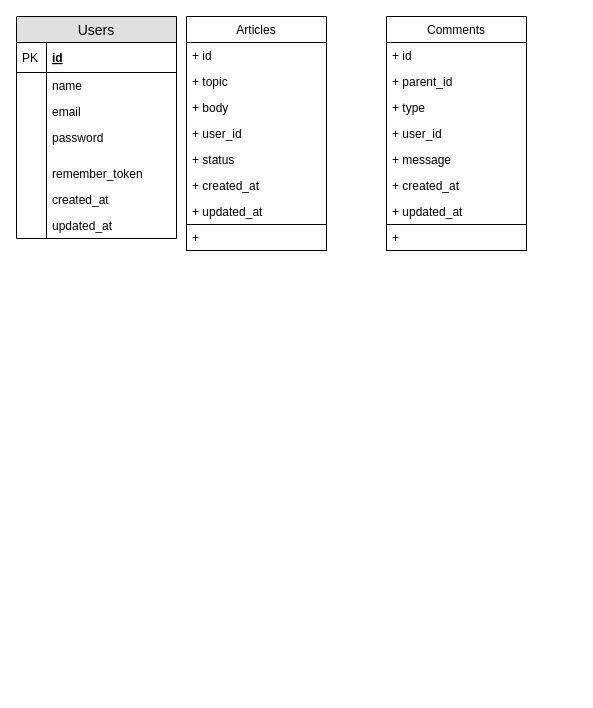
Earlier version of the draw.io diagram scheme_db/lgical.drawio (igor193/dumpsdatafindteam). Source tidied: cells renumbered, new cells numbered last; positions are measured from the earlier drawing's top-left corner, leaving out a move shared by most shapes. Both pictures are drawn from the tidied source at 100%, with x=0, y=0 at pixel (16, 16).
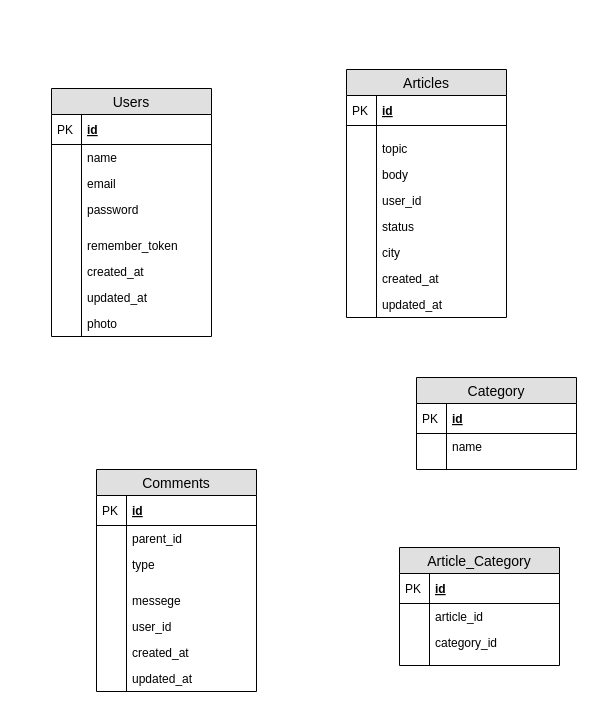
Above is the later version.

Commit message:
correct lgical

Diff of the diagram source:
```diff
@@
-    <mxCell id="2" value="Articles" style="swimlane;fontStyle=0;horizontal=1;startSize=26;fillColor=none;" parent="1" vertex="1">
-      <mxGeometry x="170" width="140" height="234" as="geometry" />
-    </mxCell>
-    <mxCell id="3" value="+ id" style="text;strokeColor=none;fillColor=none;align=left;verticalAlign=top;spacingLeft=4;spacingRight=4;overflow=hidden;" parent="2" vertex="1">
-      <mxGeometry y="26" width="140" height="26" as="geometry" />
-    </mxCell>
-    <mxCell id="4" value="+ topic" style="text;strokeColor=none;fillColor=none;align=left;verticalAlign=top;spacingLeft=4;spacingRight=4;overflow=hidden;" parent="2" vertex="1">
-      <mxGeometry y="52" width="140" height="26" as="geometry" />
-    </mxCell>
-    <mxCell id="5" value="+ body" style="text;strokeColor=none;fillColor=none;align=left;verticalAlign=top;spacingLeft=4;spacingRight=4;overflow=hidden;" parent="2" vertex="1">
-      <mxGeometry y="78" width="140" height="26" as="geometry" />
-    </mxCell>
-    <mxCell id="6" value="+ user_id" style="text;strokeColor=none;fillColor=none;align=left;verticalAlign=top;spacingLeft=4;spacingRight=4;overflow=hidden;" parent="2" vertex="1">
-      <mxGeometry y="104" width="140" height="26" as="geometry" />
-    </mxCell>
-    <mxCell id="7" value="+ status" style="text;strokeColor=none;fillColor=none;align=left;verticalAlign=top;spacingLeft=4;spacingRight=4;overflow=hidden;" parent="2" vertex="1">
-      <mxGeometry y="130" width="140" height="26" as="geometry" />
-    </mxCell>
-    <mxCell id="8" value="+ created_at" style="text;strokeColor=none;fillColor=none;align=left;verticalAlign=top;spacingLeft=4;spacingRight=4;overflow=hidden;" parent="2" vertex="1">
-      <mxGeometry y="156" width="140" height="26" as="geometry" />
-    </mxCell>
-    <mxCell id="9" value="+ updated_at" style="text;strokeColor=none;fillColor=none;align=left;verticalAlign=top;spacingLeft=4;spacingRight=4;overflow=hidden;" parent="2" vertex="1">
-      <mxGeometry y="182" width="140" height="26" as="geometry" />
-    </mxCell>
-    <mxCell id="10" value="+" style="text;strokeColor=#000000;fillColor=none;align=left;verticalAlign=top;spacingLeft=4;spacingRight=4;overflow=hidden;" parent="2" vertex="1">
-      <mxGeometry y="208" width="140" height="26" as="geometry" />
-    </mxCell>
-    <mxCell id="11" value="Comments" style="swimlane;fontStyle=0;horizontal=1;startSize=26;fillColor=none;" parent="1" vertex="1">
-      <mxGeometry x="370" width="140" height="234" as="geometry" />
-    </mxCell>
-    <mxCell id="12" value="+ id" style="text;strokeColor=none;fillColor=none;align=left;verticalAlign=top;spacingLeft=4;spacingRight=4;overflow=hidden;" parent="11" vertex="1">
-      <mxGeometry y="26" width="140" height="26" as="geometry" />
-    </mxCell>
-    <mxCell id="13" value="+ parent_id" style="text;strokeColor=none;fillColor=none;align=left;verticalAlign=top;spacingLeft=4;spacingRight=4;overflow=hidden;" parent="11" vertex="1">
-      <mxGeometry y="52" width="140" height="26" as="geometry" />
-    </mxCell>
-    <mxCell id="14" value="+ type" style="text;strokeColor=none;fillColor=none;align=left;verticalAlign=top;spacingLeft=4;spacingRight=4;overflow=hidden;" parent="11" vertex="1">
-      <mxGeometry y="78" width="140" height="26" as="geometry" />
-    </mxCell>
-    <mxCell id="15" value="+ user_id" style="text;strokeColor=none;fillColor=none;align=left;verticalAlign=top;spacingLeft=4;spacingRight=4;overflow=hidden;" parent="11" vertex="1">
-      <mxGeometry y="104" width="140" height="26" as="geometry" />
-    </mxCell>
-    <mxCell id="16" value="+ message" style="text;strokeColor=none;fillColor=none;align=left;verticalAlign=top;spacingLeft=4;spacingRight=4;overflow=hidden;" parent="11" vertex="1">
-      <mxGeometry y="130" width="140" height="26" as="geometry" />
-    </mxCell>
-    <mxCell id="17" value="+ created_at" style="text;strokeColor=none;fillColor=none;align=left;verticalAlign=top;spacingLeft=4;spacingRight=4;overflow=hidden;" parent="11" vertex="1">
-      <mxGeometry y="156" width="140" height="26" as="geometry" />
-    </mxCell>
-    <mxCell id="18" value="+ updated_at" style="text;strokeColor=none;fillColor=none;align=left;verticalAlign=top;spacingLeft=4;spacingRight=4;overflow=hidden;" parent="11" vertex="1">
-      <mxGeometry y="182" width="140" height="26" as="geometry" />
-    </mxCell>
-    <mxCell id="19" value="+" style="text;strokeColor=#000000;fillColor=none;align=left;verticalAlign=top;spacingLeft=4;spacingRight=4;overflow=hidden;" parent="11" vertex="1">
-      <mxGeometry y="208" width="140" height="26" as="geometry" />
-    </mxCell>
     <mxCell id="20" value="Users" style="swimlane;fontStyle=0;horizontal=1;startSize=26;fillColor=#e0e0e0;swimlaneFillColor=#ffffff;align=center;fontSize=14;strokeColor=#000000;" parent="1" vertex="1">
-      <mxGeometry width="160" height="222" as="geometry" />
+      <mxGeometry x="35" y="72" width="160" height="248" as="geometry" />
     </mxCell>
@@
+    <mxCell id="37" value="photo" style="shape=partialRectangle;top=0;left=0;right=0;bottom=0;align=left;verticalAlign=top;fillColor=none;spacingLeft=34;spacingRight=4;overflow=hidden;fontSize=12;" parent="20" vertex="1">
+      <mxGeometry y="222" width="160" height="26" as="geometry" />
+    </mxCell>
+    <mxCell id="38" style="shape=partialRectangle;top=0;left=0;bottom=0;fillColor=none;align=left;verticalAlign=top;spacingLeft=4;spacingRight=4;overflow=hidden;fontSize=12;" parent="37" vertex="1">
+      <mxGeometry width="30" height="26" as="geometry" />
+    </mxCell>
+    <mxCell id="2" value="Articles" style="swimlane;fontStyle=0;horizontal=1;startSize=26;fillColor=#e0e0e0;swimlaneFillColor=#ffffff;align=center;fontSize=14;" parent="1" vertex="1">
+      <mxGeometry x="330" y="53" width="160" height="248" as="geometry" />
+    </mxCell>
+    <mxCell id="39" value="id" style="shape=partialRectangle;top=0;left=0;right=0;bottom=1;align=left;verticalAlign=middle;fillColor=none;spacingLeft=34;spacingRight=4;overflow=hidden;fontStyle=5;fontSize=12;" parent="2" vertex="1">
+      <mxGeometry y="26" width="160" height="30" as="geometry" />
+    </mxCell>
+    <mxCell id="40" value="PK" style="shape=partialRectangle;top=0;left=0;bottom=0;fillColor=none;align=left;verticalAlign=middle;spacingLeft=4;spacingRight=4;overflow=hidden;fontSize=12;" parent="39" vertex="1">
+      <mxGeometry width="30" height="30" as="geometry" />
+    </mxCell>
+    <mxCell id="41" style="shape=partialRectangle;top=0;left=0;right=0;bottom=0;align=left;verticalAlign=top;fillColor=none;spacingLeft=34;spacingRight=4;overflow=hidden;fontSize=12;" parent="2" vertex="1">
+      <mxGeometry y="56" width="160" height="10" as="geometry" />
+    </mxCell>
+    <mxCell id="42" style="shape=partialRectangle;top=0;left=0;bottom=0;fillColor=none;align=left;verticalAlign=top;spacingLeft=4;spacingRight=4;overflow=hidden;fontSize=12;" parent="41" vertex="1">
+      <mxGeometry width="30" height="10" as="geometry" />
+    </mxCell>
+    <mxCell id="43" value="topic" style="shape=partialRectangle;top=0;left=0;right=0;bottom=0;align=left;verticalAlign=top;fillColor=none;spacingLeft=34;spacingRight=4;overflow=hidden;fontSize=12;" parent="2" vertex="1">
+      <mxGeometry y="66" width="160" height="26" as="geometry" />
+    </mxCell>
+    <mxCell id="44" style="shape=partialRectangle;top=0;left=0;bottom=0;fillColor=none;align=left;verticalAlign=top;spacingLeft=4;spacingRight=4;overflow=hidden;fontSize=12;" parent="43" vertex="1">
+      <mxGeometry width="30" height="26" as="geometry" />
+    </mxCell>
+    <mxCell id="45" value="body" style="shape=partialRectangle;top=0;left=0;right=0;bottom=0;align=left;verticalAlign=top;fillColor=none;spacingLeft=34;spacingRight=4;overflow=hidden;fontSize=12;" parent="2" vertex="1">
+      <mxGeometry y="92" width="160" height="26" as="geometry" />
+    </mxCell>
+    <mxCell id="46" style="shape=partialRectangle;top=0;left=0;bottom=0;fillColor=none;align=left;verticalAlign=top;spacingLeft=4;spacingRight=4;overflow=hidden;fontSize=12;" parent="45" vertex="1">
+      <mxGeometry width="30" height="26" as="geometry" />
+    </mxCell>
+    <mxCell id="47" value="user_id" style="shape=partialRectangle;top=0;left=0;right=0;bottom=0;align=left;verticalAlign=top;fillColor=none;spacingLeft=34;spacingRight=4;overflow=hidden;fontSize=12;" parent="2" vertex="1">
+      <mxGeometry y="118" width="160" height="26" as="geometry" />
+    </mxCell>
+    <mxCell id="48" style="shape=partialRectangle;top=0;left=0;bottom=0;fillColor=none;align=left;verticalAlign=top;spacingLeft=4;spacingRight=4;overflow=hidden;fontSize=12;" parent="47" vertex="1">
+      <mxGeometry width="30" height="26" as="geometry" />
+    </mxCell>
+    <mxCell id="49" value="status" style="shape=partialRectangle;top=0;left=0;right=0;bottom=0;align=left;verticalAlign=top;fillColor=none;spacingLeft=34;spacingRight=4;overflow=hidden;fontSize=12;" parent="2" vertex="1">
+      <mxGeometry y="144" width="160" height="26" as="geometry" />
+    </mxCell>
+    <mxCell id="50" style="shape=partialRectangle;top=0;left=0;bottom=0;fillColor=none;align=left;verticalAlign=top;spacingLeft=4;spacingRight=4;overflow=hidden;fontSize=12;" parent="49" vertex="1">
+      <mxGeometry width="30" height="26" as="geometry" />
+    </mxCell>
+    <mxCell id="51" value="city" style="shape=partialRectangle;top=0;left=0;right=0;bottom=0;align=left;verticalAlign=top;fillColor=none;spacingLeft=34;spacingRight=4;overflow=hidden;fontSize=12;" parent="2" vertex="1">
+      <mxGeometry y="170" width="160" height="26" as="geometry" />
+    </mxCell>
+    <mxCell id="52" style="shape=partialRectangle;top=0;left=0;bottom=0;fillColor=none;align=left;verticalAlign=top;spacingLeft=4;spacingRight=4;overflow=hidden;fontSize=12;" parent="51" vertex="1">
+      <mxGeometry width="30" height="26" as="geometry" />
+    </mxCell>
+    <mxCell id="53" value="created_at" style="shape=partialRectangle;top=0;left=0;right=0;bottom=0;align=left;verticalAlign=top;fillColor=none;spacingLeft=34;spacingRight=4;overflow=hidden;fontSize=12;" parent="2" vertex="1">
+      <mxGeometry y="196" width="160" height="26" as="geometry" />
+    </mxCell>
+    <mxCell id="54" style="shape=partialRectangle;top=0;left=0;bottom=0;fillColor=none;align=left;verticalAlign=top;spacingLeft=4;spacingRight=4;overflow=hidden;fontSize=12;" parent="53" vertex="1">
+      <mxGeometry width="30" height="26" as="geometry" />
+    </mxCell>
+    <mxCell id="55" value="updated_at" style="shape=partialRectangle;top=0;left=0;right=0;bottom=0;align=left;verticalAlign=top;fillColor=none;spacingLeft=34;spacingRight=4;overflow=hidden;fontSize=12;" parent="2" vertex="1">
+      <mxGeometry y="222" width="160" height="26" as="geometry" />
+    </mxCell>
+    <mxCell id="56" style="shape=partialRectangle;top=0;left=0;bottom=0;fillColor=none;align=left;verticalAlign=top;spacingLeft=4;spacingRight=4;overflow=hidden;fontSize=12;" parent="55" vertex="1">
+      <mxGeometry width="30" height="26" as="geometry" />
+    </mxCell>
+    <mxCell id="11" value="Comments" style="swimlane;fontStyle=0;horizontal=1;startSize=26;fillColor=#e0e0e0;swimlaneFillColor=#ffffff;align=center;fontSize=14;" parent="1" vertex="1">
+      <mxGeometry x="80" y="453" width="160" height="222" as="geometry" />
+    </mxCell>
+    <mxCell id="57" value="id" style="shape=partialRectangle;top=0;left=0;right=0;bottom=1;align=left;verticalAlign=middle;fillColor=none;spacingLeft=34;spacingRight=4;overflow=hidden;fontStyle=5;fontSize=12;" parent="11" vertex="1">
+      <mxGeometry y="26" width="160" height="30" as="geometry" />
+    </mxCell>
+    <mxCell id="58" value="PK" style="shape=partialRectangle;top=0;left=0;bottom=0;fillColor=none;align=left;verticalAlign=middle;spacingLeft=4;spacingRight=4;overflow=hidden;fontSize=12;" parent="57" vertex="1">
+      <mxGeometry width="30" height="30" as="geometry" />
+    </mxCell>
+    <mxCell id="59" value="parent_id" style="shape=partialRectangle;top=0;left=0;right=0;bottom=0;align=left;verticalAlign=top;fillColor=none;spacingLeft=34;spacingRight=4;overflow=hidden;fontSize=12;" parent="11" vertex="1">
+      <mxGeometry y="56" width="160" height="26" as="geometry" />
+    </mxCell>
+    <mxCell id="60" style="shape=partialRectangle;top=0;left=0;bottom=0;fillColor=none;align=left;verticalAlign=top;spacingLeft=4;spacingRight=4;overflow=hidden;fontSize=12;" parent="59" vertex="1">
+      <mxGeometry width="30" height="26" as="geometry" />
+    </mxCell>
+    <mxCell id="61" value="type" style="shape=partialRectangle;top=0;left=0;right=0;bottom=0;align=left;verticalAlign=top;fillColor=none;spacingLeft=34;spacingRight=4;overflow=hidden;fontSize=12;" parent="11" vertex="1">
+      <mxGeometry y="82" width="160" height="26" as="geometry" />
+    </mxCell>
+    <mxCell id="62" style="shape=partialRectangle;top=0;left=0;bottom=0;fillColor=none;align=left;verticalAlign=top;spacingLeft=4;spacingRight=4;overflow=hidden;fontSize=12;" parent="61" vertex="1">
+      <mxGeometry width="30" height="26" as="geometry" />
+    </mxCell>
+    <mxCell id="63" style="shape=partialRectangle;top=0;left=0;right=0;bottom=0;align=left;verticalAlign=top;fillColor=none;spacingLeft=34;spacingRight=4;overflow=hidden;fontSize=12;" parent="11" vertex="1">
+      <mxGeometry y="108" width="160" height="10" as="geometry" />
+    </mxCell>
+    <mxCell id="64" style="shape=partialRectangle;top=0;left=0;bottom=0;fillColor=none;align=left;verticalAlign=top;spacingLeft=4;spacingRight=4;overflow=hidden;fontSize=12;" parent="63" vertex="1">
+      <mxGeometry width="30" height="10" as="geometry" />
+    </mxCell>
+    <mxCell id="65" value="messege" style="shape=partialRectangle;top=0;left=0;right=0;bottom=0;align=left;verticalAlign=top;fillColor=none;spacingLeft=34;spacingRight=4;overflow=hidden;fontSize=12;" parent="11" vertex="1">
+      <mxGeometry y="118" width="160" height="26" as="geometry" />
+    </mxCell>
+    <mxCell id="66" style="shape=partialRectangle;top=0;left=0;bottom=0;fillColor=none;align=left;verticalAlign=top;spacingLeft=4;spacingRight=4;overflow=hidden;fontSize=12;" parent="65" vertex="1">
+      <mxGeometry width="30" height="26" as="geometry" />
+    </mxCell>
+    <mxCell id="67" value="user_id" style="shape=partialRectangle;top=0;left=0;right=0;bottom=0;align=left;verticalAlign=top;fillColor=none;spacingLeft=34;spacingRight=4;overflow=hidden;fontSize=12;" parent="11" vertex="1">
+      <mxGeometry y="144" width="160" height="26" as="geometry" />
+    </mxCell>
+    <mxCell id="68" style="shape=partialRectangle;top=0;left=0;bottom=0;fillColor=none;align=left;verticalAlign=top;spacingLeft=4;spacingRight=4;overflow=hidden;fontSize=12;" parent="67" vertex="1">
+      <mxGeometry width="30" height="26" as="geometry" />
+    </mxCell>
+    <mxCell id="69" value="created_at" style="shape=partialRectangle;top=0;left=0;right=0;bottom=0;align=left;verticalAlign=top;fillColor=none;spacingLeft=34;spacingRight=4;overflow=hidden;fontSize=12;" parent="11" vertex="1">
+      <mxGeometry y="170" width="160" height="26" as="geometry" />
+    </mxCell>
+    <mxCell id="70" style="shape=partialRectangle;top=0;left=0;bottom=0;fillColor=none;align=left;verticalAlign=top;spacingLeft=4;spacingRight=4;overflow=hidden;fontSize=12;" parent="69" vertex="1">
+      <mxGeometry width="30" height="26" as="geometry" />
+    </mxCell>
+    <mxCell id="71" value="updated_at" style="shape=partialRectangle;top=0;left=0;right=0;bottom=0;align=left;verticalAlign=top;fillColor=none;spacingLeft=34;spacingRight=4;overflow=hidden;fontSize=12;" parent="11" vertex="1">
+      <mxGeometry y="196" width="160" height="26" as="geometry" />
+    </mxCell>
+    <mxCell id="72" style="shape=partialRectangle;top=0;left=0;bottom=0;fillColor=none;align=left;verticalAlign=top;spacingLeft=4;spacingRight=4;overflow=hidden;fontSize=12;" parent="71" vertex="1">
+      <mxGeometry width="30" height="26" as="geometry" />
+    </mxCell>
+    <mxCell id="73" value="Category" style="swimlane;fontStyle=0;horizontal=1;startSize=26;fillColor=#e0e0e0;swimlaneFillColor=#ffffff;align=center;fontSize=14;" parent="1" vertex="1">
+      <mxGeometry x="400" y="361" width="160" height="92" as="geometry" />
+    </mxCell>
+    <mxCell id="74" value="id" style="shape=partialRectangle;top=0;left=0;right=0;bottom=1;align=left;verticalAlign=middle;fillColor=none;spacingLeft=34;spacingRight=4;overflow=hidden;fontStyle=5;fontSize=12;" parent="73" vertex="1">
+      <mxGeometry y="26" width="160" height="30" as="geometry" />
+    </mxCell>
+    <mxCell id="75" value="PK" style="shape=partialRectangle;top=0;left=0;bottom=0;fillColor=none;align=left;verticalAlign=middle;spacingLeft=4;spacingRight=4;overflow=hidden;fontSize=12;" parent="74" vertex="1">
+      <mxGeometry width="30" height="30" as="geometry" />
+    </mxCell>
+    <mxCell id="76" value="name" style="shape=partialRectangle;top=0;left=0;right=0;bottom=0;align=left;verticalAlign=top;fillColor=none;spacingLeft=34;spacingRight=4;overflow=hidden;fontSize=12;" parent="73" vertex="1">
+      <mxGeometry y="56" width="160" height="26" as="geometry" />
+    </mxCell>
+    <mxCell id="77" style="shape=partialRectangle;top=0;left=0;bottom=0;fillColor=none;align=left;verticalAlign=top;spacingLeft=4;spacingRight=4;overflow=hidden;fontSize=12;" parent="76" vertex="1">
+      <mxGeometry width="30" height="26" as="geometry" />
+    </mxCell>
+    <mxCell id="78" style="shape=partialRectangle;top=0;left=0;right=0;bottom=0;align=left;verticalAlign=top;fillColor=none;spacingLeft=34;spacingRight=4;overflow=hidden;fontSize=12;" parent="73" vertex="1">
+      <mxGeometry y="82" width="160" height="10" as="geometry" />
+    </mxCell>
+    <mxCell id="79" style="shape=partialRectangle;top=0;left=0;bottom=0;fillColor=none;align=left;verticalAlign=top;spacingLeft=4;spacingRight=4;overflow=hidden;fontSize=12;" parent="78" vertex="1">
+      <mxGeometry width="30" height="10" as="geometry" />
+    </mxCell>
+    <mxCell id="80" value="Article_Category" style="swimlane;fontStyle=0;horizontal=1;startSize=26;fillColor=#e0e0e0;swimlaneFillColor=#ffffff;align=center;fontSize=14;" parent="1" vertex="1">
+      <mxGeometry x="383" y="531" width="160" height="118" as="geometry" />
+    </mxCell>
+    <mxCell id="81" value="id" style="shape=partialRectangle;top=0;left=0;right=0;bottom=1;align=left;verticalAlign=middle;fillColor=none;spacingLeft=34;spacingRight=4;overflow=hidden;fontStyle=5;fontSize=12;" parent="80" vertex="1">
+      <mxGeometry y="26" width="160" height="30" as="geometry" />
+    </mxCell>
+    <mxCell id="82" value="PK" style="shape=partialRectangle;top=0;left=0;bottom=0;fillColor=none;align=left;verticalAlign=middle;spacingLeft=4;spacingRight=4;overflow=hidden;fontSize=12;" parent="81" vertex="1">
+      <mxGeometry width="30" height="30" as="geometry" />
+    </mxCell>
+    <mxCell id="83" value="article_id" style="shape=partialRectangle;top=0;left=0;right=0;bottom=0;align=left;verticalAlign=top;fillColor=none;spacingLeft=34;spacingRight=4;overflow=hidden;fontSize=12;" parent="80" vertex="1">
+      <mxGeometry y="56" width="160" height="26" as="geometry" />
+    </mxCell>
+    <mxCell id="84" style="shape=partialRectangle;top=0;left=0;bottom=0;fillColor=none;align=left;verticalAlign=top;spacingLeft=4;spacingRight=4;overflow=hidden;fontSize=12;" parent="83" vertex="1">
+      <mxGeometry width="30" height="26" as="geometry" />
+    </mxCell>
+    <mxCell id="85" value="category_id" style="shape=partialRectangle;top=0;left=0;right=0;bottom=0;align=left;verticalAlign=top;fillColor=none;spacingLeft=34;spacingRight=4;overflow=hidden;fontSize=12;" parent="80" vertex="1">
+      <mxGeometry y="82" width="160" height="26" as="geometry" />
+    </mxCell>
+    <mxCell id="86" style="shape=partialRectangle;top=0;left=0;bottom=0;fillColor=none;align=left;verticalAlign=top;spacingLeft=4;spacingRight=4;overflow=hidden;fontSize=12;" parent="85" vertex="1">
+      <mxGeometry width="30" height="26" as="geometry" />
+    </mxCell>
+    <mxCell id="87" style="shape=partialRectangle;top=0;left=0;right=0;bottom=0;align=left;verticalAlign=top;fillColor=none;spacingLeft=34;spacingRight=4;overflow=hidden;fontSize=12;" parent="80" vertex="1">
+      <mxGeometry y="108" width="160" height="10" as="geometry" />
+    </mxCell>
+    <mxCell id="88" style="shape=partialRectangle;top=0;left=0;bottom=0;fillColor=none;align=left;verticalAlign=top;spacingLeft=4;spacingRight=4;overflow=hidden;fontSize=12;" parent="87" vertex="1">
+      <mxGeometry width="30" height="10" as="geometry" />
+    </mxCell>
```
